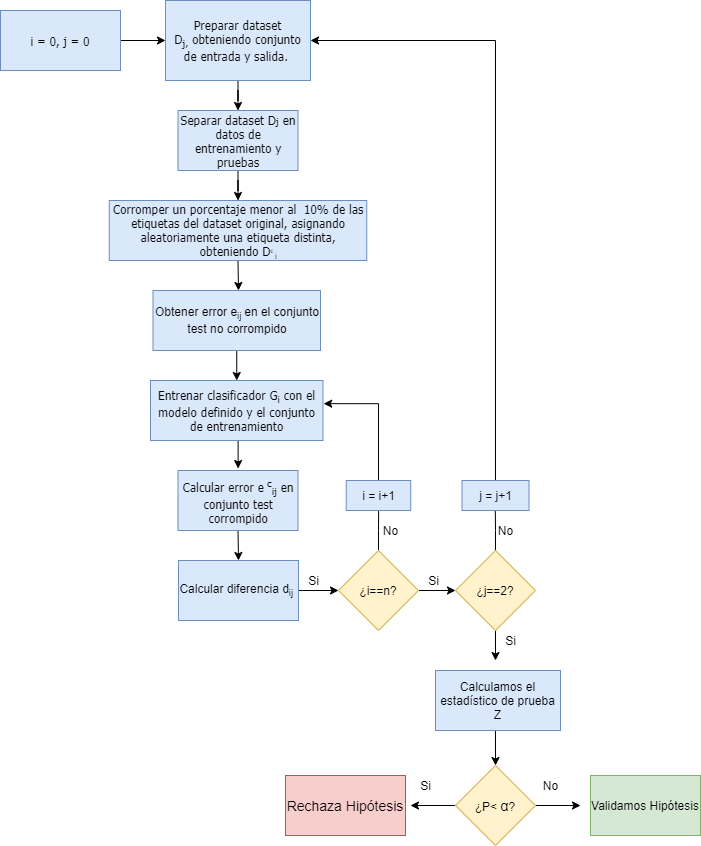
Above: taller-1/images/diagrama.png in diegoquezadac/omicron (draw.io), before the change. Source tidied: cells renumbered, new cells last; positions are measured from the earlier drawing's top-left corner, leaving out a move shared by most shapes.
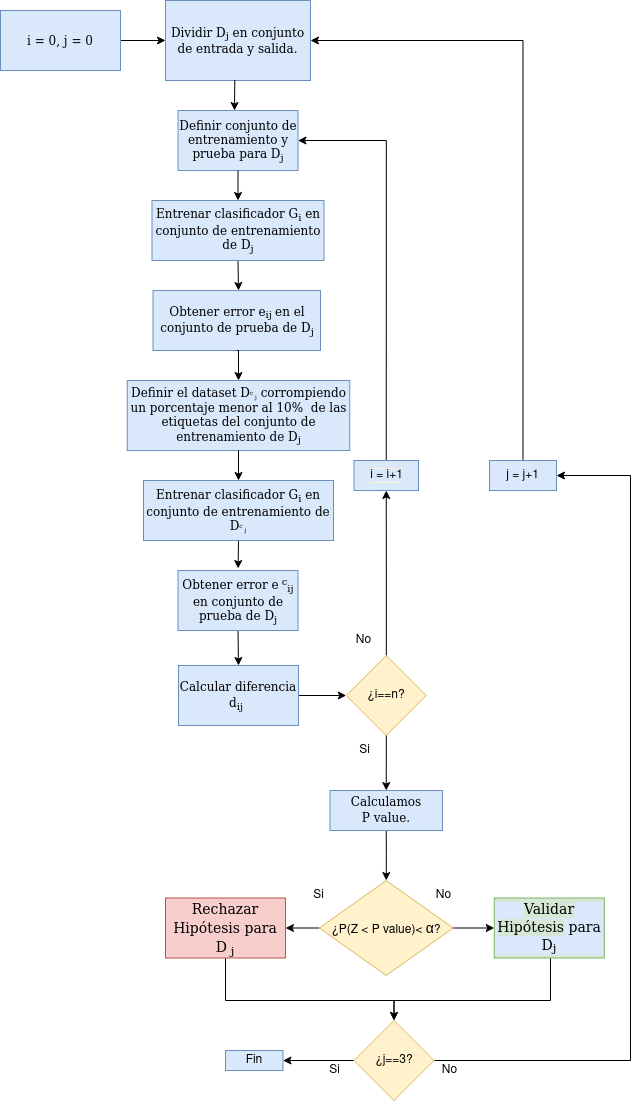
Later version of the same file.

The edit, as a diff of the source:
```diff
@@ -4,6 +4,3 @@
     <mxCell id="1" parent="0" />
-    <mxCell id="2" style="edgeStyle=orthogonalEdgeStyle;rounded=0;jettySize=auto;html=1;entryX=0.5;entryY=0;entryDx=0;entryDy=0;fontSize=12;fontFamily=Tahoma;" parent="1" edge="1" source="3" target="5">
-      <mxGeometry relative="1" as="geometry" />
-    </mxCell>
-    <mxCell id="3" value="&lt;h5&gt;&lt;span style=&quot;font-weight: 400&quot;&gt;&lt;span style=&quot;font-size: 12px&quot;&gt;Separar dataset D&lt;/span&gt;&lt;span style=&quot;font-size: 10px&quot;&gt;j&lt;/span&gt;&lt;span style=&quot;font-size: 12px&quot;&gt;&amp;nbsp;en datos de entrenamiento y pruebas&lt;/span&gt;&lt;/span&gt;&lt;/h5&gt;" style="rounded=0;whiteSpace=wrap;html=1;fillColor=#dae8fc;strokeColor=#6c8ebf;fontFamily=Tahoma;fontSize=12;" parent="1" vertex="1">
+    <mxCell id="3" value="Definir conjunto de entrenamiento y prueba para &lt;font style=&quot;font-size: 12px&quot;&gt;D&lt;sub&gt;j&lt;/sub&gt;&lt;/font&gt;" style="rounded=0;whiteSpace=wrap;html=1;fillColor=#dae8fc;strokeColor=#6c8ebf;fontFamily=Tahoma;fontSize=12;" parent="1" vertex="1">
       <mxGeometry x="177.5" y="110" width="120" height="60" as="geometry" />
@@ -15,16 +12,13 @@
     </mxCell>
-    <mxCell id="5" value="&lt;div&gt;Corromper un porcentaje menor al&amp;nbsp; 10% de las etiquetas del dataset original, asignando aleatoriamente una etiqueta distinta, obteniendo D&lt;span style=&quot;font-size: 6.94444px&quot;&gt;&lt;sup&gt;c&lt;/sup&gt;&lt;sub&gt;&amp;nbsp;j&lt;/sub&gt;&lt;/span&gt;&lt;/div&gt;" style="rounded=0;whiteSpace=wrap;html=1;fillColor=#dae8fc;strokeColor=#6c8ebf;fontFamily=Tahoma;fontSize=12;align=center;" parent="1" vertex="1">
-      <mxGeometry x="108.8" y="200" width="257.5" height="60" as="geometry" />
+    <mxCell id="5" value="Entrenar clasificador G&lt;sub&gt;i&lt;/sub&gt; en conjunto de entrenamiento de &lt;font style=&quot;font-size: 12px&quot;&gt;D&lt;sub&gt;j&lt;/sub&gt;&lt;/font&gt;" style="rounded=0;whiteSpace=wrap;html=1;fillColor=#dae8fc;strokeColor=#6c8ebf;fontFamily=Tahoma;fontSize=12;align=center;" parent="1" vertex="1">
+      <mxGeometry x="151.5" y="200" width="172" height="60" as="geometry" />
     </mxCell>
-    <mxCell id="6" style="edgeStyle=orthogonalEdgeStyle;rounded=0;jettySize=auto;html=1;entryX=0.5;entryY=0;entryDx=0;entryDy=0;fontSize=12;fontFamily=Tahoma;" parent="1" edge="1" source="7" target="3">
-      <mxGeometry relative="1" as="geometry" />
-    </mxCell>
-    <mxCell id="7" value="&lt;div style=&quot;font-size: 12px&quot;&gt;&lt;font style=&quot;font-size: 12px&quot;&gt;Preparar dataset D&lt;sub&gt;j,&lt;/sub&gt;&amp;nbsp;obteniendo conjunto de entrada y salida.&amp;nbsp;&lt;/font&gt;&lt;/div&gt;" style="rounded=0;whiteSpace=wrap;html=1;fillColor=#dae8fc;strokeColor=#6c8ebf;fontFamily=Tahoma;fontSize=12;" parent="1" vertex="1">
+    <mxCell id="7" value="&lt;div style=&quot;font-size: 12px&quot;&gt;&lt;font style=&quot;font-size: 12px&quot;&gt;Dividir D&lt;sub&gt;j&lt;/sub&gt; en conjunto de entrada y salida. &lt;/font&gt;&lt;/div&gt;" style="rounded=0;whiteSpace=wrap;html=1;fillColor=#dae8fc;strokeColor=#6c8ebf;fontFamily=Tahoma;fontSize=12;" parent="1" vertex="1">
       <mxGeometry x="165" width="145" height="80" as="geometry" />
     </mxCell>
-    <mxCell id="8" style="edgeStyle=orthogonalEdgeStyle;rounded=0;jettySize=auto;html=1;exitX=0.5;exitY=1;exitDx=0;exitDy=0;entryX=0.501;entryY=-0.033;entryDx=0;entryDy=0;entryPerimeter=0;" parent="1" edge="1" source="9" target="11">
+    <mxCell id="8" style="edgeStyle=orthogonalEdgeStyle;rounded=0;jettySize=auto;html=1;exitX=0.5;exitY=1;exitDx=0;exitDy=0;entryX=0.501;entryY=-0.033;entryDx=0;entryDy=0;entryPerimeter=0;" parent="1" edge="1" source="48" target="11">
       <mxGeometry relative="1" as="geometry" />
     </mxCell>
-    <mxCell id="9" value="Entrenar clasificador G&lt;sub&gt;i&lt;/sub&gt; con el modelo definido y el conjunto de entrenamiento" style="rounded=0;whiteSpace=wrap;html=1;fillColor=#dae8fc;strokeColor=#6c8ebf;fontFamily=Tahoma;fontSize=12;" parent="1" vertex="1">
-      <mxGeometry x="150" y="380" width="172.5" height="60" as="geometry" />
+    <mxCell id="9" value="&lt;div&gt;Definir el dataset D&lt;span style=&quot;font-size: 6.94444px&quot;&gt;&lt;sup&gt;c&lt;/sup&gt;&lt;sub&gt;&amp;nbsp;j&lt;/sub&gt;&lt;/span&gt; corrompiendo un porcentaje menor al 10%&amp;nbsp; de las etiquetas del conjunto de entrenamiento de &lt;font style=&quot;font-size: 12px&quot;&gt;D&lt;sub&gt;j&lt;/sub&gt;&lt;/font&gt;&lt;span style=&quot;font-size: 6.94444px&quot;&gt;&lt;/span&gt;&lt;/div&gt;" style="rounded=0;whiteSpace=wrap;html=1;fillColor=#dae8fc;strokeColor=#6c8ebf;fontFamily=Tahoma;fontSize=12;" parent="1" vertex="1">
+      <mxGeometry x="126.8" y="380" width="222.5" height="70" as="geometry" />
     </mxCell>
@@ -33,4 +27,4 @@
     </mxCell>
-    <mxCell id="11" value="Calcular error e&lt;sup&gt;&amp;nbsp;c&lt;/sup&gt;&lt;sub&gt;ij&lt;/sub&gt; en conjunto test corrompido" style="rounded=0;whiteSpace=wrap;html=1;fillColor=#dae8fc;strokeColor=#6c8ebf;fontFamily=Tahoma;fontSize=12;" parent="1" vertex="1">
-      <mxGeometry x="177.5" y="470" width="120" height="60" as="geometry" />
+    <mxCell id="11" value="&lt;div&gt;&lt;br&gt;&lt;/div&gt;&lt;div&gt;Obtener error e&lt;sup&gt;&amp;nbsp;c&lt;/sup&gt;&lt;sub&gt;ij&lt;/sub&gt; en conjunto de prueba de &lt;font face=&quot;Tahoma&quot;&gt;&lt;font style=&quot;font-size: 12px&quot;&gt;D&lt;sub&gt;j&lt;/sub&gt;&lt;/font&gt;&lt;/font&gt;&lt;span style=&quot;font-size: 6.94444px&quot;&gt;&lt;/span&gt;&lt;/div&gt;&lt;div&gt;&lt;span style=&quot;font-size: 6.94444px&quot;&gt;&lt;sub&gt;&lt;br&gt;&lt;/sub&gt;&lt;/span&gt;&lt;/div&gt;" style="rounded=0;whiteSpace=wrap;html=1;fillColor=#dae8fc;strokeColor=#6c8ebf;fontFamily=Tahoma;fontSize=12;" parent="1" vertex="1">
+      <mxGeometry x="177.5" y="570" width="120" height="60" as="geometry" />
     </mxCell>
@@ -42,13 +36,12 @@
     </mxCell>
-    <mxCell id="14" style="edgeStyle=orthogonalEdgeStyle;rounded=0;jettySize=auto;html=1;exitX=0.5;exitY=1;exitDx=0;exitDy=0;entryX=0.5;entryY=0;entryDx=0;entryDy=0;" parent="1" edge="1" source="15" target="9">
-      <mxGeometry relative="1" as="geometry" />
-    </mxCell>
-    <mxCell id="15" value="Obtener error e&lt;sub&gt;ij&amp;nbsp;&lt;/sub&gt;en el conjunto test no corrompido" style="rounded=0;whiteSpace=wrap;html=1;align=center;fillColor=#dae8fc;strokeColor=#6c8ebf;" parent="1" vertex="1">
+    <mxCell id="15" value="&lt;font face=&quot;Tahoma&quot;&gt;Obtener error e&lt;sub&gt;ij&amp;nbsp;&lt;/sub&gt;en el conjunto de prueba de &lt;/font&gt;&lt;font face=&quot;Tahoma&quot;&gt;&lt;font style=&quot;font-size: 12px&quot;&gt;D&lt;sub&gt;j&lt;/sub&gt;&lt;/font&gt;&lt;/font&gt;" style="rounded=0;whiteSpace=wrap;html=1;align=center;fillColor=#dae8fc;strokeColor=#6c8ebf;" parent="1" vertex="1">
       <mxGeometry x="152.5" y="290" width="167.5" height="60" as="geometry" />
     </mxCell>
-    <mxCell id="16" style="edgeStyle=orthogonalEdgeStyle;rounded=0;jettySize=auto;html=1;exitX=1;exitY=0.5;exitDx=0;exitDy=0;entryX=0;entryY=0.5;entryDx=0;entryDy=0;" parent="1" edge="1" source="17" target="28">
-      <mxGeometry relative="1" as="geometry" />
+    <mxCell id="16" style="edgeStyle=orthogonalEdgeStyle;rounded=0;jettySize=auto;html=1;exitX=1;exitY=0.5;exitDx=0;exitDy=0;entryX=0;entryY=0.5;entryDx=0;entryDy=0;" parent="1" edge="1" source="17">
+      <mxGeometry relative="1" as="geometry">
+        <mxPoint x="345.8" y="695" as="targetPoint" />
+      </mxGeometry>
     </mxCell>
-    <mxCell id="17" value="Calcular diferencia d&lt;sub&gt;ij&lt;/sub&gt;&amp;nbsp;" style="rounded=0;whiteSpace=wrap;html=1;align=center;fillColor=#dae8fc;strokeColor=#6c8ebf;" parent="1" vertex="1">
-      <mxGeometry x="178" y="560" width="120" height="60" as="geometry" />
+    <mxCell id="17" value="&lt;font face=&quot;Tahoma&quot;&gt;Calcular diferencia d&lt;sub&gt;ij&lt;/sub&gt;&amp;nbsp;&lt;/font&gt;" style="rounded=0;whiteSpace=wrap;html=1;align=center;fillColor=#dae8fc;strokeColor=#6c8ebf;" parent="1" vertex="1">
+      <mxGeometry x="178" y="665" width="120" height="60" as="geometry" />
     </mxCell>
@@ -57,57 +50,51 @@
     </mxCell>
-    <mxCell id="19" value="Calculamos el estadístico de prueba Z" style="rounded=0;whiteSpace=wrap;html=1;align=center;fillColor=#dae8fc;strokeColor=#6c8ebf;" parent="1" vertex="1">
-      <mxGeometry x="435" y="670" width="125" height="60" as="geometry" />
+    <mxCell id="19" value="&lt;div&gt;&lt;font face=&quot;Tahoma&quot;&gt;&lt;br&gt;&lt;/font&gt;&lt;/div&gt;&lt;div&gt;&lt;font face=&quot;Tahoma&quot;&gt;Calculamos &lt;br&gt;&lt;/font&gt;&lt;/div&gt;&lt;div&gt;&lt;font face=&quot;Tahoma&quot;&gt;P value.&lt;/font&gt;&lt;/div&gt;&lt;div&gt;&lt;font face=&quot;Tahoma&quot;&gt;&lt;br&gt;&lt;/font&gt;&lt;/div&gt;" style="rounded=0;whiteSpace=wrap;html=1;align=center;fillColor=#dae8fc;strokeColor=#6c8ebf;" parent="1" vertex="1">
+      <mxGeometry x="329.5" y="790" width="112.5" height="40" as="geometry" />
     </mxCell>
-    <mxCell id="20" style="edgeStyle=orthogonalEdgeStyle;rounded=0;jettySize=auto;html=1;exitX=0;exitY=0.5;exitDx=0;exitDy=0;" parent="1" edge="1" source="22">
-      <mxGeometry relative="1" as="geometry">
-        <mxPoint x="410" y="805" as="targetPoint" />
-      </mxGeometry>
+    <mxCell id="20" style="edgeStyle=orthogonalEdgeStyle;rounded=0;jettySize=auto;html=1;exitX=0;exitY=0.5;exitDx=0;exitDy=0;entryX=1;entryY=0.5;entryDx=0;entryDy=0;" parent="1" edge="1" source="22" target="24">
+      <mxGeometry relative="1" as="geometry" />
     </mxCell>
-    <mxCell id="21" style="edgeStyle=orthogonalEdgeStyle;rounded=0;jettySize=auto;html=1;exitX=1;exitY=0.5;exitDx=0;exitDy=0;" parent="1" edge="1" source="22">
-      <mxGeometry relative="1" as="geometry">
-        <mxPoint x="580" y="805" as="targetPoint" />
-      </mxGeometry>
+    <mxCell id="21" style="edgeStyle=orthogonalEdgeStyle;rounded=0;jettySize=auto;html=1;exitX=1;exitY=0.5;exitDx=0;exitDy=0;entryX=0;entryY=0.5;entryDx=0;entryDy=0;" parent="1" edge="1" source="22" target="39">
+      <mxGeometry relative="1" as="geometry" />
     </mxCell>
-    <mxCell id="22" value="¿P&amp;lt;&amp;nbsp;&lt;span style=&quot;font-family: &amp;#34;arial&amp;#34; , sans-serif ; font-size: 14px ; text-align: left ; background-color: rgb(255 , 242 , 204)&quot;&gt;α&lt;/span&gt;?" style="rhombus;whiteSpace=wrap;html=1;align=center;fillColor=#fff2cc;strokeColor=#d6b656;" parent="1" vertex="1">
-      <mxGeometry x="455" y="765" width="80" height="80" as="geometry" />
+    <mxCell id="22" value="¿P(Z &amp;lt; P value)&amp;lt;&amp;nbsp;&lt;span style=&quot;font-family: &amp;#34;arial&amp;#34; , sans-serif ; font-size: 14px ; text-align: left ; background-color: rgb(255 , 242 , 204)&quot;&gt;α&lt;/span&gt;?" style="rhombus;whiteSpace=wrap;html=1;align=center;fillColor=#fff2cc;strokeColor=#d6b656;" parent="1" vertex="1">
+      <mxGeometry x="318.9" y="880" width="133.8" height="95" as="geometry" />
     </mxCell>
     <mxCell id="23" value="Si" style="text;html=1;align=center;verticalAlign=middle;strokeColor=none;fillColor=none;fontColor=#000000;" parent="1" vertex="1">
-      <mxGeometry x="410.2" y="775" width="30" height="20" as="geometry" />
+      <mxGeometry x="302.8" y="885" width="30" height="20" as="geometry" />
     </mxCell>
+    <mxCell id="42" style="edgeStyle=orthogonalEdgeStyle;rounded=0;jettySize=auto;html=1;entryX=0.5;entryY=0;entryDx=0;entryDy=0;fontFamily=Tahoma;fontSize=14;exitX=0.5;exitY=1;exitDx=0;exitDy=0;" parent="1" edge="1" source="24" target="32">
+      <mxGeometry relative="1" as="geometry">
+        <Array as="points">
+          <mxPoint x="225" y="1000" />
+          <mxPoint x="394" y="1000" />
+        </Array>
+      </mxGeometry>
+    </mxCell>
-    <mxCell id="24" value="&lt;font face=&quot;Helvetica&quot; style=&quot;font-size: 14px&quot;&gt;Rechaza Hipótesis&lt;/font&gt;" style="rounded=0;whiteSpace=wrap;html=1;fillColor=#f8cecc;strokeColor=#b85450;fontFamily=Times New Roman;fontSize=16;" parent="1" vertex="1">
-      <mxGeometry x="285" y="775" width="120" height="60" as="geometry" />
+    <mxCell id="24" value="&lt;font style=&quot;font-size: 14px&quot; face=&quot;Tahoma&quot;&gt;Rechazar Hipótesis&lt;/font&gt;&lt;font style=&quot;font-size: 14px&quot; face=&quot;Tahoma&quot;&gt; para D&lt;span&gt;&lt;sub&gt; j&lt;/sub&gt;&lt;/span&gt;&lt;/font&gt;" style="rounded=0;whiteSpace=wrap;html=1;fillColor=#f8cecc;strokeColor=#b85450;fontFamily=Times New Roman;fontSize=16;" parent="1" vertex="1">
+      <mxGeometry x="165" y="897.5" width="120" height="60" as="geometry" />
     </mxCell>
     <mxCell id="25" value="No" style="text;html=1;align=center;verticalAlign=middle;strokeColor=none;fillColor=none;fontFamily=Helvetica;fontColor=#000000;" parent="1" vertex="1">
-      <mxGeometry x="535" y="775" width="30" height="20" as="geometry" />
+      <mxGeometry x="427.5" y="885" width="30" height="20" as="geometry" />
     </mxCell>
-    <mxCell id="26" style="edgeStyle=orthogonalEdgeStyle;rounded=0;jettySize=auto;html=1;exitX=1;exitY=0.5;exitDx=0;exitDy=0;" parent="1" edge="1" source="28">
-      <mxGeometry relative="1" as="geometry">
-        <mxPoint x="455" y="589.8" as="targetPoint" />
-      </mxGeometry>
-    </mxCell>
-    <mxCell id="27" style="edgeStyle=orthogonalEdgeStyle;rounded=0;jettySize=auto;html=1;exitX=0.5;exitY=0;exitDx=0;exitDy=0;endArrow=none;endFill=0;" parent="1" edge="1" source="28">
-      <mxGeometry relative="1" as="geometry">
-        <mxPoint x="378.1" y="510" as="targetPoint" />
-      </mxGeometry>
-    </mxCell>
-    <mxCell id="28" value="&lt;span style=&quot;background-color: rgb(255 , 242 , 204)&quot;&gt;¿i==n?&lt;/span&gt;" style="rhombus;whiteSpace=wrap;html=1;labelBackgroundColor=#E06662;fontFamily=Helvetica;strokeWidth=1;align=center;fillColor=#fff2cc;strokeColor=#d6b656;" parent="1" vertex="1">
-      <mxGeometry x="338" y="550" width="80" height="80" as="geometry" />
-    </mxCell>
-    <mxCell id="29" value="Si" style="text;html=1;align=center;verticalAlign=middle;strokeColor=none;fillColor=none;" parent="1" vertex="1">
-      <mxGeometry x="418" y="570" width="30" height="20" as="geometry" />
-    </mxCell>
-    <mxCell id="30" style="edgeStyle=orthogonalEdgeStyle;rounded=0;jettySize=auto;html=1;exitX=0.5;exitY=0;exitDx=0;exitDy=0;endArrow=none;endFill=0;" parent="1" edge="1" source="32">
-      <mxGeometry relative="1" as="geometry">
-        <mxPoint x="494.8" y="510" as="targetPoint" />
-      </mxGeometry>
-    </mxCell>
-    <mxCell id="31" style="edgeStyle=orthogonalEdgeStyle;rounded=0;jettySize=auto;html=1;exitX=0.5;exitY=1;exitDx=0;exitDy=0;" parent="1" edge="1" source="32">
-      <mxGeometry relative="1" as="geometry">
-        <mxPoint x="495" y="660" as="targetPoint" />
-      </mxGeometry>
-    </mxCell>
+    <mxCell id="43" style="edgeStyle=orthogonalEdgeStyle;rounded=0;jettySize=auto;html=1;entryX=0.5;entryY=0;entryDx=0;entryDy=0;fontFamily=Tahoma;" parent="1" edge="1" target="19">
+      <mxGeometry relative="1" as="geometry">
+        <mxPoint x="385.8" y="732.4" as="sourcePoint" />
+      </mxGeometry>
+    </mxCell>
+    <mxCell id="44" style="edgeStyle=orthogonalEdgeStyle;rounded=0;jettySize=auto;html=1;exitX=1;exitY=0.5;exitDx=0;exitDy=0;fontFamily=Tahoma;fontSize=14;" parent="1" edge="1" source="32" target="36">
+      <mxGeometry relative="1" as="geometry">
+        <Array as="points">
+          <mxPoint x="630" y="1060" />
+          <mxPoint x="630" y="475" />
+        </Array>
+      </mxGeometry>
+    </mxCell>
+    <mxCell id="45" style="edgeStyle=orthogonalEdgeStyle;rounded=0;jettySize=auto;html=1;exitX=0;exitY=0.5;exitDx=0;exitDy=0;fontFamily=Tahoma;fontSize=14;" parent="1" edge="1" source="32" target="50">
+      <mxGeometry relative="1" as="geometry" />
+    </mxCell>
-    <mxCell id="32" value="¿j==2?" style="rhombus;whiteSpace=wrap;html=1;labelBackgroundColor=#FFF2CC;fillColor=#fff2cc;strokeColor=#d6b656;" parent="1" vertex="1">
-      <mxGeometry x="455" y="550" width="80" height="80" as="geometry" />
+    <mxCell id="32" value="¿j==3?" style="rhombus;whiteSpace=wrap;html=1;labelBackgroundColor=#FFF2CC;fillColor=#fff2cc;strokeColor=#d6b656;" parent="1" vertex="1">
+      <mxGeometry x="353.5" y="1020" width="80" height="80" as="geometry" />
     </mxCell>
-    <mxCell id="33" style="edgeStyle=orthogonalEdgeStyle;rounded=0;jettySize=auto;html=1;exitX=0.5;exitY=0;exitDx=0;exitDy=0;endArrow=classic;endFill=1;entryX=1.004;entryY=0.386;entryDx=0;entryDy=0;entryPerimeter=0;" parent="1" edge="1" source="34" target="9">
+    <mxCell id="33" style="edgeStyle=orthogonalEdgeStyle;rounded=0;jettySize=auto;html=1;exitX=0.5;exitY=0;exitDx=0;exitDy=0;endArrow=classic;endFill=1;entryX=1;entryY=0.5;entryDx=0;entryDy=0;" parent="1" edge="1" source="34" target="3">
       <mxGeometry relative="1" as="geometry" />
@@ -115,3 +102,3 @@
     <mxCell id="34" value="&lt;span style=&quot;background-color: rgb(218 , 232 , 252)&quot;&gt;i = i+1&lt;/span&gt;" style="rounded=0;whiteSpace=wrap;html=1;labelBackgroundColor=#FFF2CC;fillColor=#dae8fc;strokeColor=#6c8ebf;" parent="1" vertex="1">
-      <mxGeometry x="345.8" y="480" width="64.5" height="30" as="geometry" />
+      <mxGeometry x="353.5" y="460" width="64.5" height="30" as="geometry" />
     </mxCell>
@@ -121,19 +108,55 @@
     <mxCell id="36" value="j = j+1" style="rounded=0;whiteSpace=wrap;html=1;labelBackgroundColor=#DAE8FC;fillColor=#dae8fc;strokeColor=#6c8ebf;" parent="1" vertex="1">
-      <mxGeometry x="461.5" y="480" width="67" height="30" as="geometry" />
+      <mxGeometry x="489" y="460" width="67" height="30" as="geometry" />
     </mxCell>
     <mxCell id="37" value="No" style="text;html=1;align=center;verticalAlign=middle;strokeColor=none;fillColor=none;" parent="1" vertex="1">
-      <mxGeometry x="490" y="520" width="30" height="20" as="geometry" />
+      <mxGeometry x="433.5" y="1060" width="30" height="20" as="geometry" />
     </mxCell>
     <mxCell id="38" value="No" style="text;html=1;align=center;verticalAlign=middle;strokeColor=none;fillColor=none;" parent="1" vertex="1">
-      <mxGeometry x="375" y="520" width="30" height="20" as="geometry" />
+      <mxGeometry x="347.5" y="630" width="30" height="20" as="geometry" />
     </mxCell>
+    <mxCell id="46" style="edgeStyle=orthogonalEdgeStyle;rounded=0;jettySize=auto;html=1;entryX=0.5;entryY=0;entryDx=0;entryDy=0;fontFamily=Tahoma;fontSize=14;" parent="1" edge="1" source="39" target="32">
+      <mxGeometry relative="1" as="geometry">
+        <Array as="points">
+          <mxPoint x="550" y="1000" />
+          <mxPoint x="394" y="1000" />
+        </Array>
+      </mxGeometry>
+    </mxCell>
-    <mxCell id="39" value="&lt;span style=&quot;background-color: rgb(213 , 232 , 212)&quot;&gt;Validamos Hipótesis&lt;/span&gt;" style="rounded=0;whiteSpace=wrap;html=1;labelBackgroundColor=#DAE8FC;fillColor=#d5e8d4;strokeColor=#82b366;" parent="1" vertex="1">
-      <mxGeometry x="590" y="775" width="110" height="60" as="geometry" />
+    <mxCell id="39" value="&lt;font style=&quot;font-size: 14px&quot; face=&quot;Tahoma&quot;&gt;&lt;span style=&quot;background-color: rgb(213 , 232 , 212)&quot;&gt;Validar Hipótesis&lt;/span&gt; para D&lt;span&gt;&lt;sub&gt;j&lt;/sub&gt;&lt;/span&gt;&lt;/font&gt;" style="rounded=0;whiteSpace=wrap;html=1;labelBackgroundColor=#DAE8FC;fillColor=#d5e8d4;strokeColor=#82b366;" parent="1" vertex="1">
+      <mxGeometry x="493.8" y="897.5" width="110" height="60" as="geometry" />
     </mxCell>
     <mxCell id="40" value="Si" style="text;html=1;align=center;verticalAlign=middle;strokeColor=none;fillColor=none;" parent="1" vertex="1">
-      <mxGeometry x="297.5" y="570" width="30" height="20" as="geometry" />
+      <mxGeometry x="349.2" y="740" width="30" height="20" as="geometry" />
     </mxCell>
     <mxCell id="41" value="Si" style="text;html=1;align=center;verticalAlign=middle;strokeColor=none;fillColor=none;" parent="1" vertex="1">
-      <mxGeometry x="495" y="630" width="30" height="20" as="geometry" />
+      <mxGeometry x="319.2" y="1060" width="30" height="20" as="geometry" />
     </mxCell>
+    <mxCell id="47" style="edgeStyle=orthogonalEdgeStyle;rounded=0;jettySize=auto;html=1;fontSize=12;fontFamily=Tahoma;exitX=0.478;exitY=0.993;exitDx=0;exitDy=0;exitPerimeter=0;" parent="1" edge="1" source="7">
+      <mxGeometry relative="1" as="geometry">
+        <mxPoint x="234" y="110" as="targetPoint" />
+      </mxGeometry>
+    </mxCell>
+    <mxCell id="14" style="edgeStyle=orthogonalEdgeStyle;rounded=0;jettySize=auto;html=1;exitX=0.5;exitY=1;exitDx=0;exitDy=0;entryX=0.5;entryY=0;entryDx=0;entryDy=0;" parent="1" edge="1" source="15" target="9">
+      <mxGeometry relative="1" as="geometry" />
+    </mxCell>
+    <mxCell id="48" value="Entrenar clasificador G&lt;sub&gt;i&lt;/sub&gt; en conjunto de entrenamiento de D&lt;span style=&quot;font-size: 6.94444px&quot;&gt;&lt;sup&gt;c&lt;/sup&gt;&lt;sub&gt;&amp;nbsp;j&lt;/sub&gt;&lt;/span&gt;&lt;span style=&quot;font-size: 6.94444px&quot;&gt;&lt;/span&gt;" style="rounded=0;whiteSpace=wrap;html=1;fillColor=#dae8fc;strokeColor=#6c8ebf;fontFamily=Tahoma;fontSize=12;align=center;" parent="1" vertex="1">
+      <mxGeometry x="143" y="480" width="190" height="60" as="geometry" />
+    </mxCell>
+    <mxCell id="2" style="edgeStyle=orthogonalEdgeStyle;rounded=0;jettySize=auto;html=1;fontSize=12;fontFamily=Tahoma;exitX=0.5;exitY=1;exitDx=0;exitDy=0;entryX=0.5;entryY=0;entryDx=0;entryDy=0;" parent="1" edge="1" source="3" target="5">
+      <mxGeometry relative="1" as="geometry" />
+    </mxCell>
+    <mxCell id="49" style="edgeStyle=orthogonalEdgeStyle;rounded=0;jettySize=auto;html=1;" parent="1" edge="1" target="48">
+      <mxGeometry relative="1" as="geometry">
+        <mxPoint x="238" y="450" as="sourcePoint" />
+      </mxGeometry>
+    </mxCell>
+    <mxCell id="50" value="Fin" style="rounded=0;whiteSpace=wrap;html=1;align=center;fillColor=#dae8fc;strokeColor=#6c8ebf;" parent="1" vertex="1">
+      <mxGeometry x="225" y="1050" width="57.5" height="20" as="geometry" />
+    </mxCell>
+    <mxCell id="51" style="edgeStyle=orthogonalEdgeStyle;rounded=0;jettySize=auto;html=1;fontFamily=Tahoma;fontSize=12;" parent="1" edge="1" source="28" target="34">
+      <mxGeometry relative="1" as="geometry" />
+    </mxCell>
+    <mxCell id="28" value="¿i==n?" style="rhombus;whiteSpace=wrap;html=1;labelBackgroundColor=#FFF2CC;fillColor=#fff2cc;strokeColor=#d6b656;" parent="1" vertex="1">
+      <mxGeometry x="345.8" y="655" width="80" height="80" as="geometry" />
+    </mxCell>
   </root>
```
